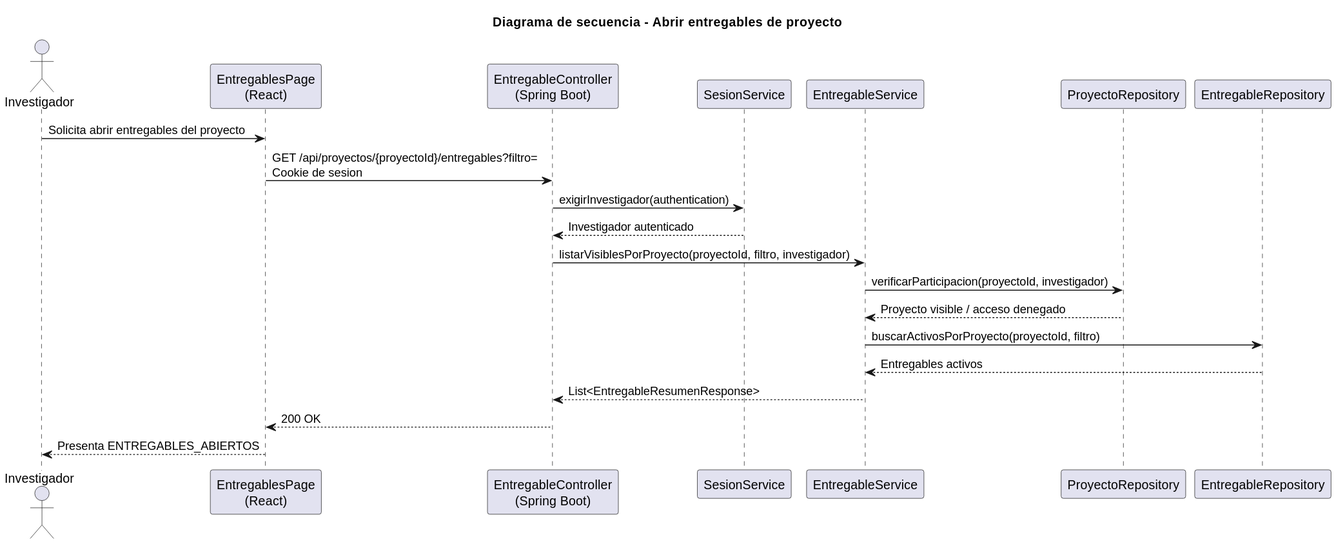
Earlier version of the PlantUML export images/RUP/02-diseño/casos-uso/investigador/abrirEntregables/secuencia.svg (beatriizorozco/25-26-idsw2-sdVC).
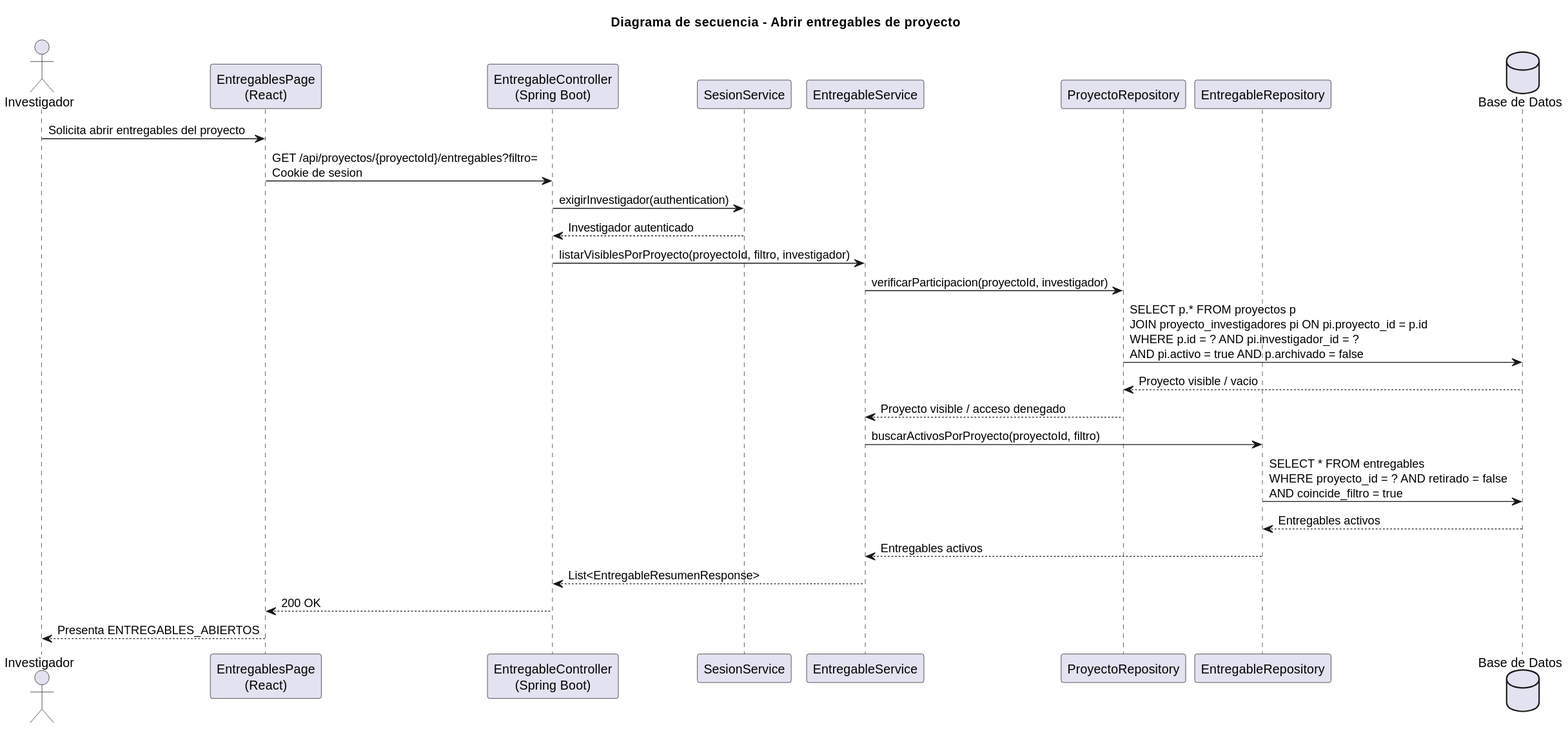
Later version of the same file.

Change to the diagram source:
```diff
@@ -7,6 +7,7 @@
 participant "EntregableService" as Service
 participant "ProyectoRepository" as ProyectoRepo
 participant "EntregableRepository" as Repo
+database "Base de Datos" as DB
 
 Investigador -> Frontend: Solicita abrir entregables del proyecto
 Frontend -> Api: GET /api/proyectos/{proyectoId}/entregables?filtro=\nCookie de sesion
@@ -14,8 +15,12 @@
 Sesion --> Api: Investigador autenticado
 Api -> Service: listarVisiblesPorProyecto(proyectoId, filtro, investigador)
 Service -> ProyectoRepo: verificarParticipacion(proyectoId, investigador)
+ProyectoRepo -> DB: SELECT p.* FROM proyectos p\nJOIN proyecto_investigadores pi ON pi.proyecto_id = p.id\nWHERE p.id = ? AND pi.investigador_id = ?\nAND pi.activo = true AND p.archivado = false
+DB --> ProyectoRepo: Proyecto visible / vacio
 ProyectoRepo --> Service: Proyecto visible / acceso denegado
 Service -> Repo: buscarActivosPorProyecto(proyectoId, filtro)
+Repo -> DB: SELECT * FROM entregables\nWHERE proyecto_id = ? AND retirado = false\nAND coincide_filtro = true
+DB --> Repo: Entregables activos
 Repo --> Service: Entregables activos
 Service --> Api: List<EntregableResumenResponse>
 Api --> Frontend: 200 OK
```
